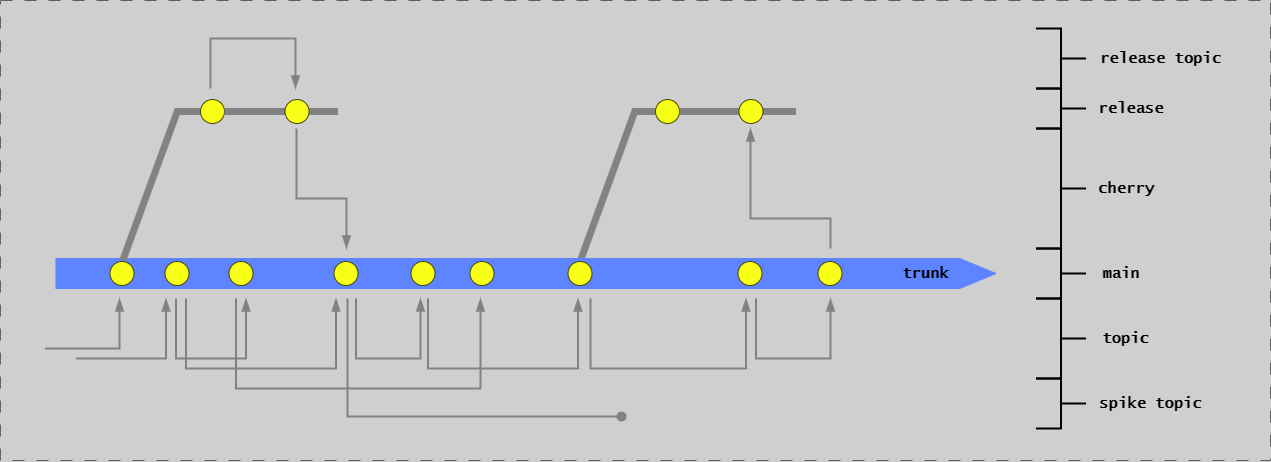
ready-to-release/eac keeps this draw.io diagram as docs/assets/branching/branching-overview.drawio.png. Above is the earlier version. Source tidied: cells renumbered, new cells last; positions are measured from the earlier drawing's top-left corner, leaving out a move shared by most shapes.
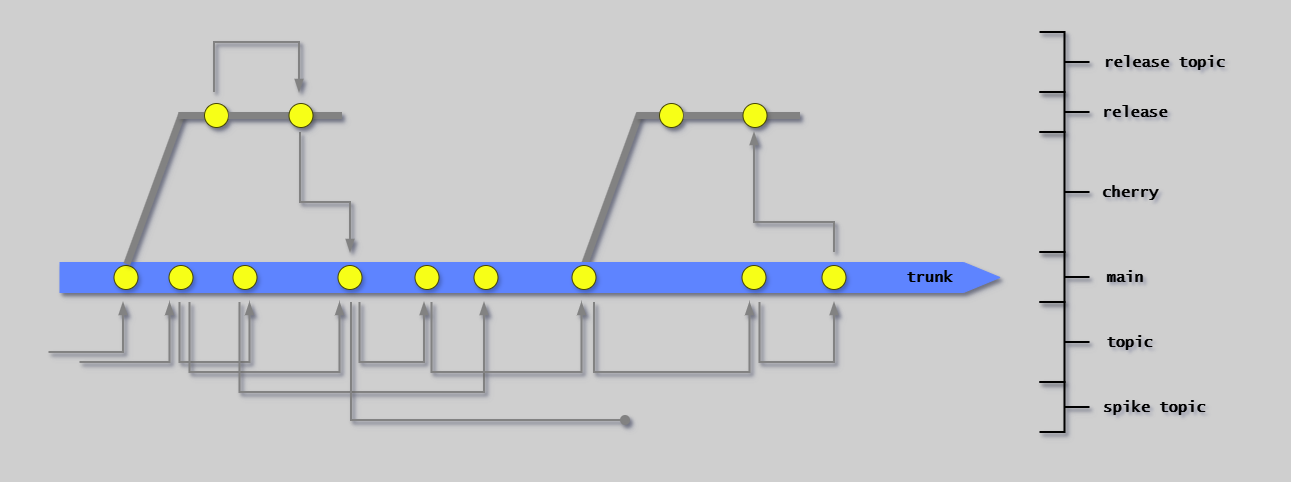
After the change.

Diff of the diagram source:
```diff
@@ -1,2 +1,2 @@
-<mxGraphModel background="#CFCFCF">
+<mxGraphModel background="#CFCFCF" shadow="1">
   <root>
@@ -4,3 +4,3 @@
     <mxCell id="1" parent="0" />
-    <mxCell id="2" style="endArrow=none;html=1;rounded=0;strokeColor=#828282;strokeWidth=7;exitX=0.069;exitY=0.02;exitDx=0;exitDy=0;exitPerimeter=0;" parent="1" edge="1">
+    <mxCell id="2" style="endArrow=none;html=1;rounded=0;strokeColor=#828282;strokeWidth=7;exitX=0.069;exitY=0.02;exitDx=0;exitDy=0;exitPerimeter=0;shadow=1;" parent="1" edge="1">
       <mxGeometry relative="1" as="geometry">
@@ -10,33 +10,33 @@
     </mxCell>
-    <mxCell id="3" style="group;strokeColor=#616161;dashed=1;dashPattern=12 12;" parent="1" vertex="1">
+    <mxCell id="3" style="group;strokeColor=none;dashed=1;dashPattern=12 12;shadow=1;" parent="1" vertex="1">
       <mxGeometry width="1270" height="460" as="geometry" />
     </mxCell>
-    <mxCell id="4" value="&lt;font size=&quot;1&quot; face=&quot;Lucida Console&quot;&gt;&lt;b style=&quot;font-size: 15px;&quot;&gt;main&lt;br&gt;&lt;/b&gt;&lt;/font&gt;" style="text;html=1;strokeColor=none;fillColor=none;align=center;verticalAlign=middle;whiteSpace=wrap;rounded=0;" parent="1" vertex="1">
+    <mxCell id="4" value="&lt;font size=&quot;1&quot; face=&quot;Lucida Console&quot;&gt;&lt;b style=&quot;font-size: 15px;&quot;&gt;main&lt;br&gt;&lt;/b&gt;&lt;/font&gt;" style="text;html=1;strokeColor=none;fillColor=none;align=center;verticalAlign=middle;whiteSpace=wrap;rounded=0;shadow=1;" parent="1" vertex="1">
       <mxGeometry x="1095.5" y="263" width="50" height="20" as="geometry" />
     </mxCell>
-    <mxCell id="5" style="shape=singleArrow;whiteSpace=wrap;html=1;arrowWidth=1;arrowSize=0.03868852459016379;fillColor=#5E84FF;strokeColor=#5E84FF;" parent="1" vertex="1">
+    <mxCell id="5" style="shape=singleArrow;whiteSpace=wrap;html=1;arrowWidth=1;arrowSize=0.03868852459016379;fillColor=#5E84FF;strokeColor=#5E84FF;shadow=1;" parent="1" vertex="1">
       <mxGeometry x="55.5" y="258" width="940" height="30" as="geometry" />
     </mxCell>
-    <mxCell id="6" style="ellipse;whiteSpace=wrap;html=1;fillColor=#F7FF17;strokeColor=#454505;" parent="1" vertex="1">
+    <mxCell id="6" style="ellipse;whiteSpace=wrap;html=1;fillColor=#F7FF17;strokeColor=#454505;shadow=1;" parent="1" vertex="1">
       <mxGeometry x="109.5" y="261" width="24" height="24" as="geometry" />
     </mxCell>
-    <mxCell id="7" style="ellipse;whiteSpace=wrap;html=1;fillColor=#F7FF17;strokeColor=#454505;" parent="1" vertex="1">
+    <mxCell id="7" style="ellipse;whiteSpace=wrap;html=1;fillColor=#F7FF17;strokeColor=#454505;shadow=1;" parent="1" vertex="1">
       <mxGeometry x="164.5" y="261" width="24" height="24" as="geometry" />
     </mxCell>
-    <mxCell id="8" style="ellipse;whiteSpace=wrap;html=1;fillColor=#F7FF17;strokeColor=#454505;" parent="1" vertex="1">
+    <mxCell id="8" style="ellipse;whiteSpace=wrap;html=1;fillColor=#F7FF17;strokeColor=#454505;shadow=1;" parent="1" vertex="1">
       <mxGeometry x="228.5" y="261" width="24" height="24" as="geometry" />
     </mxCell>
-    <mxCell id="9" style="ellipse;whiteSpace=wrap;html=1;fillColor=#F7FF17;strokeColor=#454505;" parent="1" vertex="1">
+    <mxCell id="9" style="ellipse;whiteSpace=wrap;html=1;fillColor=#F7FF17;strokeColor=#454505;shadow=1;" parent="1" vertex="1">
       <mxGeometry x="333.5" y="261" width="24" height="24" as="geometry" />
     </mxCell>
-    <mxCell id="10" style="ellipse;whiteSpace=wrap;html=1;fillColor=#F7FF17;strokeColor=#454505;" parent="1" vertex="1">
+    <mxCell id="10" style="ellipse;whiteSpace=wrap;html=1;fillColor=#F7FF17;strokeColor=#454505;shadow=1;" parent="1" vertex="1">
       <mxGeometry x="410.5" y="261" width="24" height="24" as="geometry" />
     </mxCell>
-    <mxCell id="11" style="ellipse;whiteSpace=wrap;html=1;fillColor=#F7FF17;strokeColor=#454505;" parent="1" vertex="1">
+    <mxCell id="11" style="ellipse;whiteSpace=wrap;html=1;fillColor=#F7FF17;strokeColor=#454505;shadow=1;" parent="1" vertex="1">
       <mxGeometry x="469.5" y="261" width="24" height="24" as="geometry" />
     </mxCell>
-    <mxCell id="12" style="ellipse;whiteSpace=wrap;html=1;fillColor=#F7FF17;strokeColor=#454505;" parent="1" vertex="1">
+    <mxCell id="12" style="ellipse;whiteSpace=wrap;html=1;fillColor=#F7FF17;strokeColor=#454505;shadow=1;" parent="1" vertex="1">
       <mxGeometry x="567.5" y="261" width="24" height="24" as="geometry" />
     </mxCell>
-    <mxCell id="13" style="edgeStyle=segmentEdgeStyle;endArrow=blockThin;html=1;curved=0;rounded=0;endSize=8;startSize=8;strokeColor=#828282;endFill=1;strokeWidth=2;" parent="1" edge="1">
+    <mxCell id="13" style="edgeStyle=segmentEdgeStyle;endArrow=blockThin;html=1;curved=0;rounded=0;endSize=8;startSize=8;strokeColor=#828282;endFill=1;strokeWidth=2;shadow=1;" parent="1" edge="1">
       <mxGeometry relative="1" as="geometry">
@@ -49,3 +49,3 @@
     </mxCell>
-    <mxCell id="14" style="edgeStyle=segmentEdgeStyle;endArrow=blockThin;html=1;curved=0;rounded=0;endSize=8;startSize=8;strokeColor=#828282;endFill=1;strokeWidth=2;" parent="1" edge="1">
+    <mxCell id="14" style="edgeStyle=segmentEdgeStyle;endArrow=blockThin;html=1;curved=0;rounded=0;endSize=8;startSize=8;strokeColor=#828282;endFill=1;strokeWidth=2;shadow=1;" parent="1" edge="1">
       <mxGeometry relative="1" as="geometry">
@@ -58,3 +58,3 @@
     </mxCell>
-    <mxCell id="15" style="edgeStyle=segmentEdgeStyle;endArrow=blockThin;html=1;curved=0;rounded=0;endSize=8;startSize=8;strokeColor=#828282;endFill=1;strokeWidth=2;" parent="1" edge="1">
+    <mxCell id="15" style="edgeStyle=segmentEdgeStyle;endArrow=blockThin;html=1;curved=0;rounded=0;endSize=8;startSize=8;strokeColor=#828282;endFill=1;strokeWidth=2;shadow=1;" parent="1" edge="1">
       <mxGeometry relative="1" as="geometry">
@@ -68,3 +68,3 @@
     </mxCell>
-    <mxCell id="16" style="edgeStyle=segmentEdgeStyle;endArrow=blockThin;html=1;curved=0;rounded=0;endSize=8;startSize=8;strokeColor=#828282;endFill=1;strokeWidth=2;" parent="1" edge="1">
+    <mxCell id="16" style="edgeStyle=segmentEdgeStyle;endArrow=blockThin;html=1;curved=0;rounded=0;endSize=8;startSize=8;strokeColor=#828282;endFill=1;strokeWidth=2;shadow=1;" parent="1" edge="1">
       <mxGeometry relative="1" as="geometry">
@@ -78,3 +78,3 @@
     </mxCell>
-    <mxCell id="17" style="edgeStyle=segmentEdgeStyle;endArrow=blockThin;html=1;curved=0;rounded=0;endSize=8;startSize=8;strokeColor=#828282;endFill=1;strokeWidth=2;" parent="1" edge="1">
+    <mxCell id="17" style="edgeStyle=segmentEdgeStyle;endArrow=blockThin;html=1;curved=0;rounded=0;endSize=8;startSize=8;strokeColor=#828282;endFill=1;strokeWidth=2;shadow=1;" parent="1" edge="1">
       <mxGeometry relative="1" as="geometry">
@@ -89,3 +89,3 @@
     </mxCell>
-    <mxCell id="18" style="edgeStyle=segmentEdgeStyle;endArrow=blockThin;html=1;curved=0;rounded=0;endSize=8;startSize=8;strokeColor=#828282;endFill=1;strokeWidth=2;" parent="1" edge="1">
+    <mxCell id="18" style="edgeStyle=segmentEdgeStyle;endArrow=blockThin;html=1;curved=0;rounded=0;endSize=8;startSize=8;strokeColor=#828282;endFill=1;strokeWidth=2;shadow=1;" parent="1" edge="1">
       <mxGeometry relative="1" as="geometry">
@@ -99,3 +99,3 @@
     </mxCell>
-    <mxCell id="19" style="edgeStyle=segmentEdgeStyle;endArrow=blockThin;html=1;curved=0;rounded=0;endSize=8;startSize=8;strokeColor=#828282;endFill=1;strokeWidth=2;" parent="1" edge="1">
+    <mxCell id="19" style="edgeStyle=segmentEdgeStyle;endArrow=blockThin;html=1;curved=0;rounded=0;endSize=8;startSize=8;strokeColor=#828282;endFill=1;strokeWidth=2;shadow=1;" parent="1" edge="1">
       <mxGeometry relative="1" as="geometry">
@@ -109,9 +109,9 @@
     </mxCell>
-    <mxCell id="20" style="ellipse;whiteSpace=wrap;html=1;fillColor=#F7FF17;strokeColor=#454505;" parent="1" vertex="1">
+    <mxCell id="20" style="ellipse;whiteSpace=wrap;html=1;fillColor=#F7FF17;strokeColor=#454505;shadow=1;" parent="1" vertex="1">
       <mxGeometry x="737.5" y="261" width="24" height="24" as="geometry" />
     </mxCell>
-    <mxCell id="21" style="ellipse;whiteSpace=wrap;html=1;fillColor=#F7FF17;strokeColor=#454505;" parent="1" vertex="1">
+    <mxCell id="21" style="ellipse;whiteSpace=wrap;html=1;fillColor=#F7FF17;strokeColor=#454505;shadow=1;" parent="1" vertex="1">
       <mxGeometry x="817.5" y="261" width="24" height="24" as="geometry" />
     </mxCell>
-    <mxCell id="22" style="edgeStyle=segmentEdgeStyle;endArrow=blockThin;html=1;curved=0;rounded=0;endSize=8;startSize=8;strokeColor=#828282;endFill=1;strokeWidth=2;" parent="1" edge="1">
+    <mxCell id="22" style="edgeStyle=segmentEdgeStyle;endArrow=blockThin;html=1;curved=0;rounded=0;endSize=8;startSize=8;strokeColor=#828282;endFill=1;strokeWidth=2;shadow=1;" parent="1" edge="1">
       <mxGeometry relative="1" as="geometry">
@@ -125,3 +125,3 @@
     </mxCell>
-    <mxCell id="23" style="edgeStyle=segmentEdgeStyle;endArrow=blockThin;html=1;curved=0;rounded=0;endSize=8;startSize=8;strokeColor=#828282;endFill=1;strokeWidth=2;" parent="1" edge="1">
+    <mxCell id="23" style="edgeStyle=segmentEdgeStyle;endArrow=blockThin;html=1;curved=0;rounded=0;endSize=8;startSize=8;strokeColor=#828282;endFill=1;strokeWidth=2;shadow=1;" parent="1" edge="1">
       <mxGeometry relative="1" as="geometry">
@@ -136,3 +136,3 @@
     </mxCell>
-    <mxCell id="24" style="endArrow=none;html=1;rounded=0;strokeColor=#828282;strokeWidth=7;" parent="1" edge="1" target="25">
+    <mxCell id="24" style="endArrow=none;html=1;rounded=0;strokeColor=#828282;strokeWidth=7;shadow=1;" parent="1" edge="1" target="25">
       <mxGeometry relative="1" as="geometry">
@@ -141,6 +141,6 @@
     </mxCell>
-    <mxCell id="25" style="ellipse;whiteSpace=wrap;html=1;fillColor=#F7FF17;strokeColor=#454505;" parent="1" vertex="1">
+    <mxCell id="25" style="ellipse;whiteSpace=wrap;html=1;fillColor=#F7FF17;strokeColor=#454505;shadow=1;" parent="1" vertex="1">
       <mxGeometry x="655" y="99" width="24" height="24" as="geometry" />
     </mxCell>
-    <mxCell id="26" style="endArrow=none;html=1;rounded=0;strokeColor=#828282;strokeWidth=7;" parent="1" edge="1" source="25">
+    <mxCell id="26" style="endArrow=none;html=1;rounded=0;strokeColor=#828282;strokeWidth=7;shadow=1;" parent="1" edge="1" source="25">
       <mxGeometry relative="1" as="geometry">
@@ -149,6 +149,6 @@
     </mxCell>
-    <mxCell id="27" style="ellipse;whiteSpace=wrap;html=1;fillColor=#F7FF17;strokeColor=#454505;" parent="1" vertex="1">
+    <mxCell id="27" style="ellipse;whiteSpace=wrap;html=1;fillColor=#F7FF17;strokeColor=#454505;shadow=1;" parent="1" vertex="1">
       <mxGeometry x="738.5" y="99" width="24" height="24" as="geometry" />
     </mxCell>
-    <mxCell id="28" style="edgeStyle=segmentEdgeStyle;endArrow=blockThin;html=1;curved=0;rounded=0;endSize=8;startSize=8;strokeColor=#828282;endFill=1;strokeWidth=2;" parent="1" edge="1">
+    <mxCell id="28" style="edgeStyle=segmentEdgeStyle;endArrow=blockThin;html=1;curved=0;rounded=0;endSize=8;startSize=8;strokeColor=#828282;endFill=1;strokeWidth=2;shadow=1;" parent="1" edge="1">
       <mxGeometry relative="1" as="geometry">
@@ -162,33 +162,33 @@
     </mxCell>
-    <mxCell id="29" style="strokeWidth=2;html=1;shape=mxgraph.flowchart.annotation_2;align=left;labelPosition=right;direction=west;" parent="1" vertex="1">
+    <mxCell id="29" style="strokeWidth=2;html=1;shape=mxgraph.flowchart.annotation_2;align=left;labelPosition=right;direction=west;shadow=1;" parent="1" vertex="1">
       <mxGeometry x="1035.5" y="298" width="50" height="80" as="geometry" />
     </mxCell>
-    <mxCell id="30" style="strokeWidth=2;html=1;shape=mxgraph.flowchart.annotation_2;align=left;labelPosition=right;direction=west;" parent="1" vertex="1">
+    <mxCell id="30" style="strokeWidth=2;html=1;shape=mxgraph.flowchart.annotation_2;align=left;labelPosition=right;direction=west;shadow=1;" parent="1" vertex="1">
       <mxGeometry x="1035.5" y="248" width="50" height="50" as="geometry" />
     </mxCell>
-    <mxCell id="31" style="strokeWidth=2;html=1;shape=mxgraph.flowchart.annotation_2;align=left;labelPosition=right;direction=west;" parent="1" vertex="1">
+    <mxCell id="31" style="strokeWidth=2;html=1;shape=mxgraph.flowchart.annotation_2;align=left;labelPosition=right;direction=west;shadow=1;" parent="1" vertex="1">
       <mxGeometry x="1035.5" y="128" width="50" height="120" as="geometry" />
     </mxCell>
-    <mxCell id="32" style="strokeWidth=2;html=1;shape=mxgraph.flowchart.annotation_2;align=left;labelPosition=right;direction=west;" parent="1" vertex="1">
+    <mxCell id="32" style="strokeWidth=2;html=1;shape=mxgraph.flowchart.annotation_2;align=left;labelPosition=right;direction=west;shadow=1;" parent="1" vertex="1">
       <mxGeometry x="1035.5" y="88" width="50" height="40" as="geometry" />
     </mxCell>
-    <mxCell id="33" style="strokeWidth=2;html=1;shape=mxgraph.flowchart.annotation_2;align=left;labelPosition=right;direction=west;" parent="1" vertex="1">
+    <mxCell id="33" style="strokeWidth=2;html=1;shape=mxgraph.flowchart.annotation_2;align=left;labelPosition=right;direction=west;shadow=1;" parent="1" vertex="1">
       <mxGeometry x="1035.5" y="28" width="50" height="60" as="geometry" />
     </mxCell>
-    <mxCell id="34" value="&lt;font size=&quot;1&quot; face=&quot;Lucida Console&quot;&gt;&lt;b style=&quot;font-size: 15px;&quot;&gt;topic&lt;br&gt;&lt;/b&gt;&lt;/font&gt;" style="text;html=1;strokeColor=none;fillColor=none;align=center;verticalAlign=middle;whiteSpace=wrap;rounded=0;" parent="1" vertex="1">
+    <mxCell id="34" value="&lt;font size=&quot;1&quot; face=&quot;Lucida Console&quot;&gt;&lt;b style=&quot;font-size: 15px;&quot;&gt;topic&lt;br&gt;&lt;/b&gt;&lt;/font&gt;" style="text;html=1;strokeColor=none;fillColor=none;align=center;verticalAlign=middle;whiteSpace=wrap;rounded=0;shadow=1;" parent="1" vertex="1">
       <mxGeometry x="1095.5" y="328" width="59" height="20" as="geometry" />
     </mxCell>
-    <mxCell id="35" value="&lt;font size=&quot;1&quot; face=&quot;Lucida Console&quot;&gt;&lt;b style=&quot;font-size: 15px;&quot;&gt;cherry&lt;br&gt;&lt;/b&gt;&lt;/font&gt;" style="text;html=1;strokeColor=none;fillColor=none;align=center;verticalAlign=middle;whiteSpace=wrap;rounded=0;" parent="1" vertex="1">
+    <mxCell id="35" value="&lt;font size=&quot;1&quot; face=&quot;Lucida Console&quot;&gt;&lt;b style=&quot;font-size: 15px;&quot;&gt;cherry&lt;br&gt;&lt;/b&gt;&lt;/font&gt;" style="text;html=1;strokeColor=none;fillColor=none;align=center;verticalAlign=middle;whiteSpace=wrap;rounded=0;shadow=1;" parent="1" vertex="1">
       <mxGeometry x="1095.5" y="178" width="60" height="20" as="geometry" />
     </mxCell>
-    <mxCell id="36" value="&lt;font size=&quot;1&quot; face=&quot;Lucida Console&quot;&gt;&lt;b style=&quot;font-size: 15px;&quot;&gt;release&lt;br&gt;&lt;/b&gt;&lt;/font&gt;" style="text;html=1;strokeColor=none;fillColor=none;align=center;verticalAlign=middle;whiteSpace=wrap;rounded=0;" parent="1" vertex="1">
+    <mxCell id="36" value="&lt;font size=&quot;1&quot; face=&quot;Lucida Console&quot;&gt;&lt;b style=&quot;font-size: 15px;&quot;&gt;release&lt;br&gt;&lt;/b&gt;&lt;/font&gt;" style="text;html=1;strokeColor=none;fillColor=none;align=center;verticalAlign=middle;whiteSpace=wrap;rounded=0;shadow=1;" parent="1" vertex="1">
       <mxGeometry x="1095.5" y="98" width="70" height="20" as="geometry" />
     </mxCell>
-    <mxCell id="37" value="&lt;font size=&quot;1&quot; face=&quot;Lucida Console&quot;&gt;&lt;b style=&quot;font-size: 15px;&quot;&gt;release topic&lt;br&gt;&lt;/b&gt;&lt;/font&gt;" style="text;html=1;strokeColor=none;fillColor=none;align=center;verticalAlign=middle;whiteSpace=wrap;rounded=0;" parent="1" vertex="1">
+    <mxCell id="37" value="&lt;font size=&quot;1&quot; face=&quot;Lucida Console&quot;&gt;&lt;b style=&quot;font-size: 15px;&quot;&gt;release topic&lt;br&gt;&lt;/b&gt;&lt;/font&gt;" style="text;html=1;strokeColor=none;fillColor=none;align=center;verticalAlign=middle;whiteSpace=wrap;rounded=0;shadow=1;" parent="1" vertex="1">
       <mxGeometry x="1094.5" y="48" width="131" height="20" as="geometry" />
     </mxCell>
-    <mxCell id="38" value="&lt;font size=&quot;1&quot;&gt;&lt;b style=&quot;font-size: 15px;&quot;&gt;trunk&lt;br&gt;&lt;/b&gt;&lt;/font&gt;" style="text;html=1;strokeColor=none;fillColor=none;align=center;verticalAlign=middle;whiteSpace=wrap;rounded=0;fontFamily=Lucida Console;" parent="1" vertex="1">
+    <mxCell id="38" value="&lt;font size=&quot;1&quot;&gt;&lt;b style=&quot;font-size: 15px;&quot;&gt;trunk&lt;br&gt;&lt;/b&gt;&lt;/font&gt;" style="text;html=1;strokeColor=none;fillColor=none;align=center;verticalAlign=middle;whiteSpace=wrap;rounded=0;fontFamily=Lucida Console;shadow=1;" parent="1" vertex="1">
       <mxGeometry x="890" y="263" width="71" height="20" as="geometry" />
     </mxCell>
-    <mxCell id="39" style="edgeStyle=segmentEdgeStyle;endArrow=oval;html=1;curved=0;rounded=0;endSize=8;startSize=8;strokeColor=#828282;endFill=1;strokeWidth=2;" parent="1" edge="1">
+    <mxCell id="39" style="edgeStyle=segmentEdgeStyle;endArrow=oval;html=1;curved=0;rounded=0;endSize=8;startSize=8;strokeColor=#828282;endFill=1;strokeWidth=2;shadow=1;" parent="1" edge="1">
       <mxGeometry relative="1" as="geometry">
@@ -202,9 +202,9 @@
     </mxCell>
-    <mxCell id="40" style="strokeWidth=2;html=1;shape=mxgraph.flowchart.annotation_2;align=left;labelPosition=right;direction=west;" parent="1" vertex="1">
+    <mxCell id="40" style="strokeWidth=2;html=1;shape=mxgraph.flowchart.annotation_2;align=left;labelPosition=right;direction=west;shadow=1;" parent="1" vertex="1">
       <mxGeometry x="1035.5" y="378" width="50" height="50" as="geometry" />
     </mxCell>
-    <mxCell id="41" value="&lt;font size=&quot;1&quot; face=&quot;Lucida Console&quot;&gt;&lt;b style=&quot;font-size: 15px;&quot;&gt;spike topic&lt;br&gt;&lt;/b&gt;&lt;/font&gt;" style="text;html=1;strokeColor=none;fillColor=none;align=center;verticalAlign=middle;whiteSpace=wrap;rounded=0;" parent="1" vertex="1">
+    <mxCell id="41" value="&lt;font size=&quot;1&quot; face=&quot;Lucida Console&quot;&gt;&lt;b style=&quot;font-size: 15px;&quot;&gt;spike topic&lt;br&gt;&lt;/b&gt;&lt;/font&gt;" style="text;html=1;strokeColor=none;fillColor=none;align=center;verticalAlign=middle;whiteSpace=wrap;rounded=0;shadow=1;" parent="1" vertex="1">
       <mxGeometry x="1091" y="393" width="119" height="20" as="geometry" />
     </mxCell>
-    <mxCell id="42" style="endArrow=none;html=1;rounded=0;strokeColor=#828282;strokeWidth=7;exitX=0.069;exitY=0.02;exitDx=0;exitDy=0;exitPerimeter=0;" parent="1" edge="1">
+    <mxCell id="42" style="endArrow=none;html=1;rounded=0;strokeColor=#828282;strokeWidth=7;exitX=0.069;exitY=0.02;exitDx=0;exitDy=0;exitPerimeter=0;shadow=1;" parent="1" edge="1">
       <mxGeometry relative="1" as="geometry">
@@ -214,3 +214,3 @@
     </mxCell>
-    <mxCell id="43" style="edgeStyle=segmentEdgeStyle;endArrow=blockThin;html=1;curved=0;rounded=0;endSize=8;startSize=8;strokeColor=#828282;endFill=1;strokeWidth=2;" parent="1" edge="1">
+    <mxCell id="43" style="edgeStyle=segmentEdgeStyle;endArrow=blockThin;html=1;curved=0;rounded=0;endSize=8;startSize=8;strokeColor=#828282;endFill=1;strokeWidth=2;shadow=1;" parent="1" edge="1">
       <mxGeometry relative="1" as="geometry">
@@ -224,3 +224,3 @@
     </mxCell>
-    <mxCell id="44" style="edgeStyle=segmentEdgeStyle;endArrow=blockThin;html=1;curved=0;rounded=0;endSize=8;startSize=8;strokeColor=#828282;endFill=1;strokeWidth=2;" parent="1" edge="1">
+    <mxCell id="44" style="edgeStyle=segmentEdgeStyle;endArrow=blockThin;html=1;curved=0;rounded=0;endSize=8;startSize=8;strokeColor=#828282;endFill=1;strokeWidth=2;shadow=1;" parent="1" edge="1">
       <mxGeometry relative="1" as="geometry">
@@ -234,3 +234,3 @@
     </mxCell>
-    <mxCell id="45" style="endArrow=none;html=1;rounded=0;strokeColor=#828282;strokeWidth=7;" parent="1" edge="1" target="46">
+    <mxCell id="45" style="endArrow=none;html=1;rounded=0;strokeColor=#828282;strokeWidth=7;shadow=1;" parent="1" edge="1" target="46">
       <mxGeometry relative="1" as="geometry">
@@ -239,6 +239,6 @@
     </mxCell>
-    <mxCell id="46" style="ellipse;whiteSpace=wrap;html=1;fillColor=#F7FF17;strokeColor=#454505;" parent="1" vertex="1">
+    <mxCell id="46" style="ellipse;whiteSpace=wrap;html=1;fillColor=#F7FF17;strokeColor=#454505;shadow=1;" parent="1" vertex="1">
       <mxGeometry x="200" y="99" width="24" height="24" as="geometry" />
     </mxCell>
-    <mxCell id="47" style="endArrow=none;html=1;rounded=0;strokeColor=#828282;strokeWidth=7;" parent="1" edge="1" source="46">
+    <mxCell id="47" style="endArrow=none;html=1;rounded=0;strokeColor=#828282;strokeWidth=7;shadow=1;" parent="1" edge="1" source="46">
       <mxGeometry relative="1" as="geometry">
@@ -247,3 +247,3 @@
     </mxCell>
-    <mxCell id="48" style="ellipse;whiteSpace=wrap;html=1;fillColor=#F7FF17;strokeColor=#454505;" parent="1" vertex="1">
+    <mxCell id="48" style="ellipse;whiteSpace=wrap;html=1;fillColor=#F7FF17;strokeColor=#454505;shadow=1;" parent="1" vertex="1">
       <mxGeometry x="284.5" y="99" width="24" height="24" as="geometry" />
```
